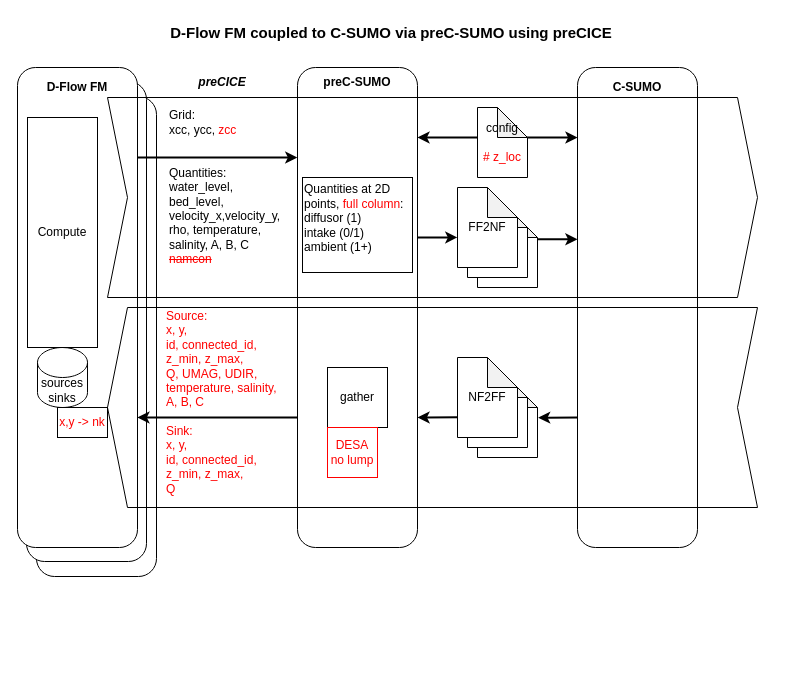
Above: src/tools_gpl/pre_c_sumo/docs/include/FM-C-SUMO_scheme_precice.drawio in Deltares/Delft3D (draw.io), before the change. Source tidied: cells renumbered, new cells numbered last; positions are measured from the earlier drawing's top-left corner, leaving out a move shared by most shapes. Both pictures are drawn from the tidied source at 100%, with x=0, y=0 at pixel (17, 17).
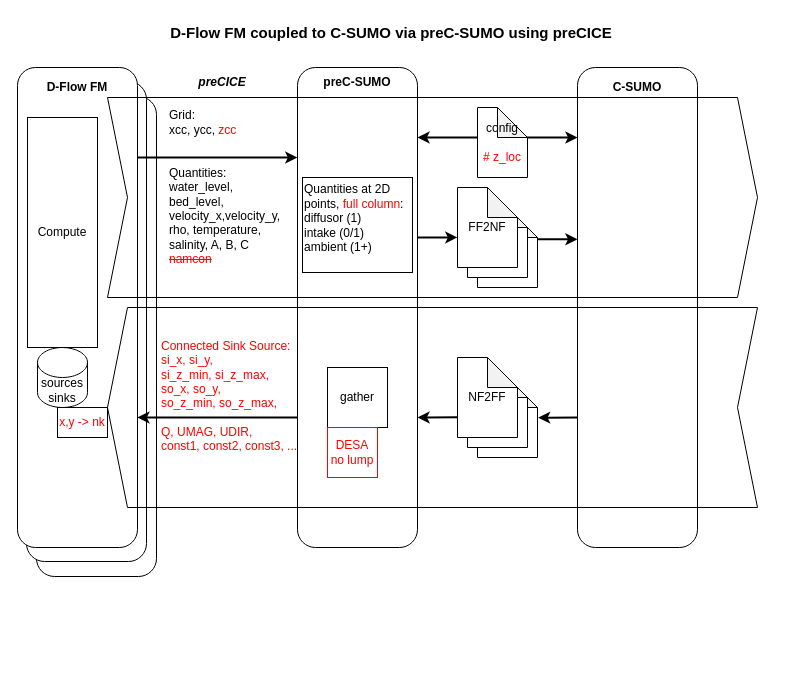
After the change.

Commit message:
UNST-9965: Updated: Drawio scheme

Coupled source sinks

The change refers to these unchanged cells:
```xml
<mxCell id="12" style="group;" parent="1" vertex="1">
  <mxGeometry x="280" y="50" width="480" height="490" as="geometry" />
</mxCell>
```

Change to the diagram source:
```diff
@@
-    <mxCell id="36" value="&lt;div&gt;&lt;font style=&quot;color: rgb(255, 0, 0);&quot;&gt;Source:&lt;/font&gt;&lt;/div&gt;&lt;div&gt;&lt;font style=&quot;color: rgb(255, 0, 0);&quot;&gt;x, y,&amp;nbsp;&lt;/font&gt;&lt;/div&gt;&lt;div&gt;&lt;font style=&quot;color: rgb(255, 0, 0);&quot;&gt;id, connected_id,&amp;nbsp;&lt;/font&gt;&lt;/div&gt;&lt;div&gt;&lt;span style=&quot;color: rgb(255, 0, 0); background-color: transparent;&quot;&gt;z_min, z_max,&amp;nbsp;&lt;/span&gt;&lt;/div&gt;&lt;div&gt;&lt;font style=&quot;color: rgb(255, 0, 0);&quot;&gt;Q, UMAG, UDIR,&amp;nbsp;&lt;/font&gt;&lt;/div&gt;&lt;div&gt;&lt;font style=&quot;color: rgb(255, 0, 0);&quot;&gt;temperature, salinity,&amp;nbsp;&lt;/font&gt;&lt;/div&gt;&lt;div&gt;&lt;font style=&quot;color: rgb(255, 0, 0);&quot;&gt;A, B, C&lt;/font&gt;&lt;/div&gt;&lt;div&gt;&lt;font style=&quot;color: rgb(255, 0, 0);&quot;&gt;&lt;br&gt;&lt;/font&gt;&lt;/div&gt;&lt;div&gt;&lt;font style=&quot;color: rgb(255, 0, 0);&quot;&gt;Sink:&lt;/font&gt;&lt;/div&gt;&lt;div&gt;&lt;div&gt;&lt;font style=&quot;color: rgb(255, 0, 0);&quot;&gt;x, y,&amp;nbsp;&lt;/font&gt;&lt;/div&gt;&lt;div&gt;&lt;span style=&quot;color: rgb(255, 0, 0); background-color: transparent;&quot;&gt;&lt;span style=&quot;background-color: transparent;&quot;&gt;id, connected_id,&amp;nbsp;&lt;/span&gt;&lt;/span&gt;&lt;/div&gt;&lt;div&gt;&lt;span style=&quot;color: rgb(255, 0, 0); background-color: transparent;&quot;&gt;z_min, z_max,&amp;nbsp;&lt;/span&gt;&lt;/div&gt;&lt;div&gt;&lt;font style=&quot;color: rgb(255, 0, 0);&quot;&gt;Q&lt;/font&gt;&lt;/div&gt;&lt;/div&gt;" style="text;html=1;whiteSpace=wrap;strokeColor=none;fillColor=none;align=left;verticalAlign=middle;rounded=0;" parent="12" vertex="1">
-      <mxGeometry x="-133" y="240" width="133" height="190" as="geometry" />
-    </mxCell>
@@
+    <mxCell id="42" value="&lt;div&gt;&lt;font style=&quot;color: rgb(255, 0, 0);&quot;&gt;Connected Sink Source:&lt;/font&gt;&lt;/div&gt;&lt;div&gt;&lt;font style=&quot;color: rgb(255, 0, 0);&quot;&gt;si_x, si_y,&amp;nbsp;&lt;/font&gt;&lt;/div&gt;&lt;div&gt;&lt;font style=&quot;color: rgb(255, 0, 0);&quot;&gt;si_z_min, si_z_max,&lt;/font&gt;&lt;/div&gt;&lt;div&gt;&lt;span style=&quot;background-color: transparent;&quot;&gt;&lt;font style=&quot;color: rgb(255, 0, 0);&quot;&gt;so_x, so_y,&amp;nbsp;&lt;/font&gt;&lt;/span&gt;&lt;/div&gt;&lt;div&gt;&lt;span style=&quot;background-color: transparent;&quot;&gt;&lt;font style=&quot;color: rgb(255, 0, 0);&quot;&gt;so_z_min, so_z_max,&lt;/font&gt;&lt;/span&gt;&lt;/div&gt;&lt;div&gt;&lt;span style=&quot;background-color: transparent;&quot;&gt;&lt;font style=&quot;color: rgb(255, 0, 0);&quot;&gt;&lt;br&gt;&lt;/font&gt;&lt;/span&gt;&lt;/div&gt;&lt;div&gt;&lt;font style=&quot;color: rgb(255, 0, 0);&quot;&gt;Q, UMAG, UDIR,&amp;nbsp;&lt;/font&gt;&lt;/div&gt;&lt;div&gt;&lt;font style=&quot;color: rgb(255, 0, 0);&quot;&gt;const1, const2, const3, ...&lt;/font&gt;&lt;/div&gt;&lt;div&gt;&lt;br&gt;&lt;/div&gt;" style="text;html=1;whiteSpace=wrap;strokeColor=none;fillColor=none;align=left;verticalAlign=middle;rounded=0;" parent="1" vertex="1">
+      <mxGeometry x="142" y="320" width="153" height="131" as="geometry" />
+    </mxCell>
```
